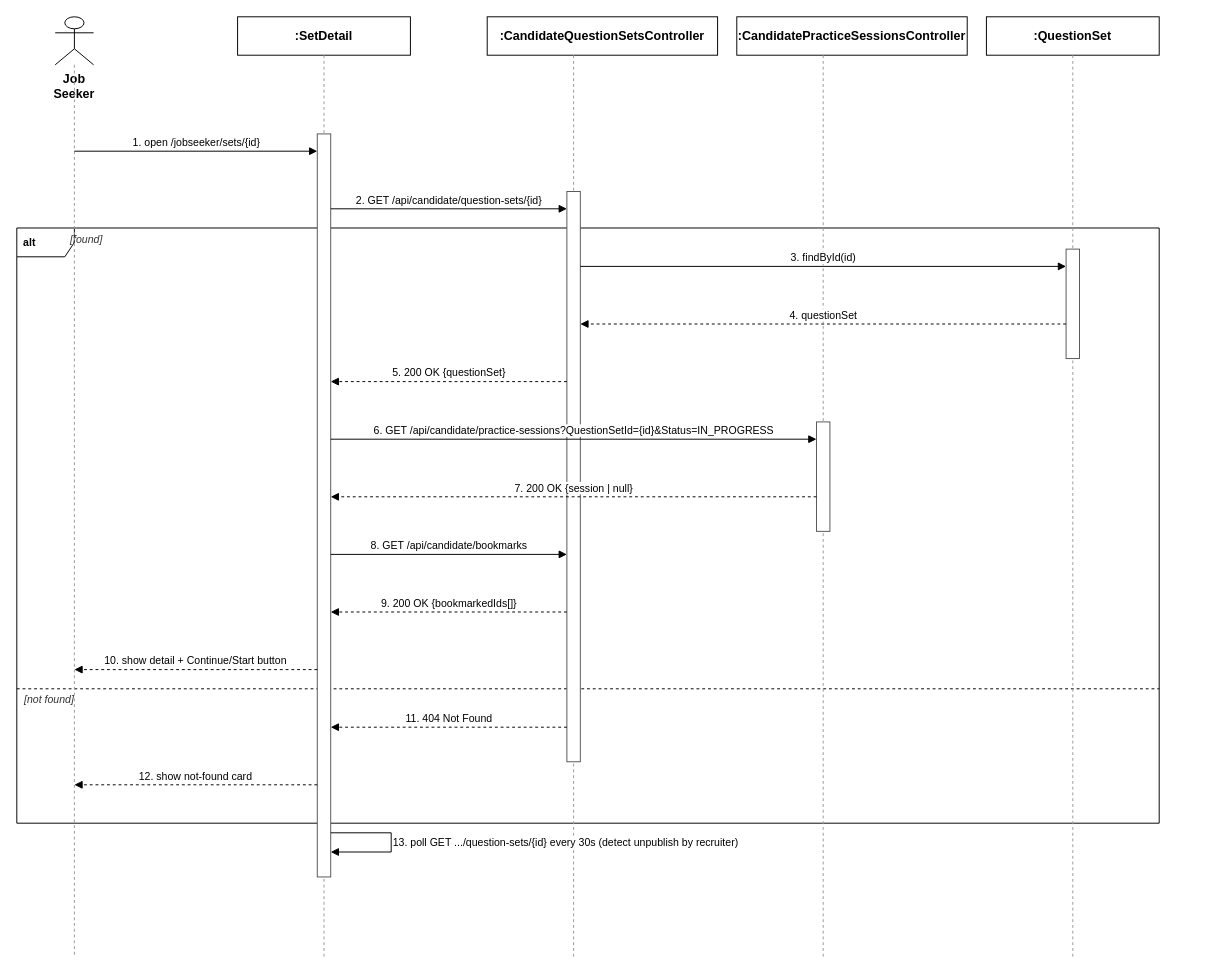
Earlier version of the draw.io diagram docs/qa/Tu_SequenceDiagram/03_View_Question_Set_Detail.drawio (tulklk/AI_Interview_Question_Generation_RAG_LLM_FE). Source tidied: cells renumbered, new cells numbered last; positions are measured from the earlier drawing's top-left corner, leaving out a move shared by most shapes. Both pictures are drawn from the tidied source at 96%, with x=0, y=0 at pixel (16, 16).
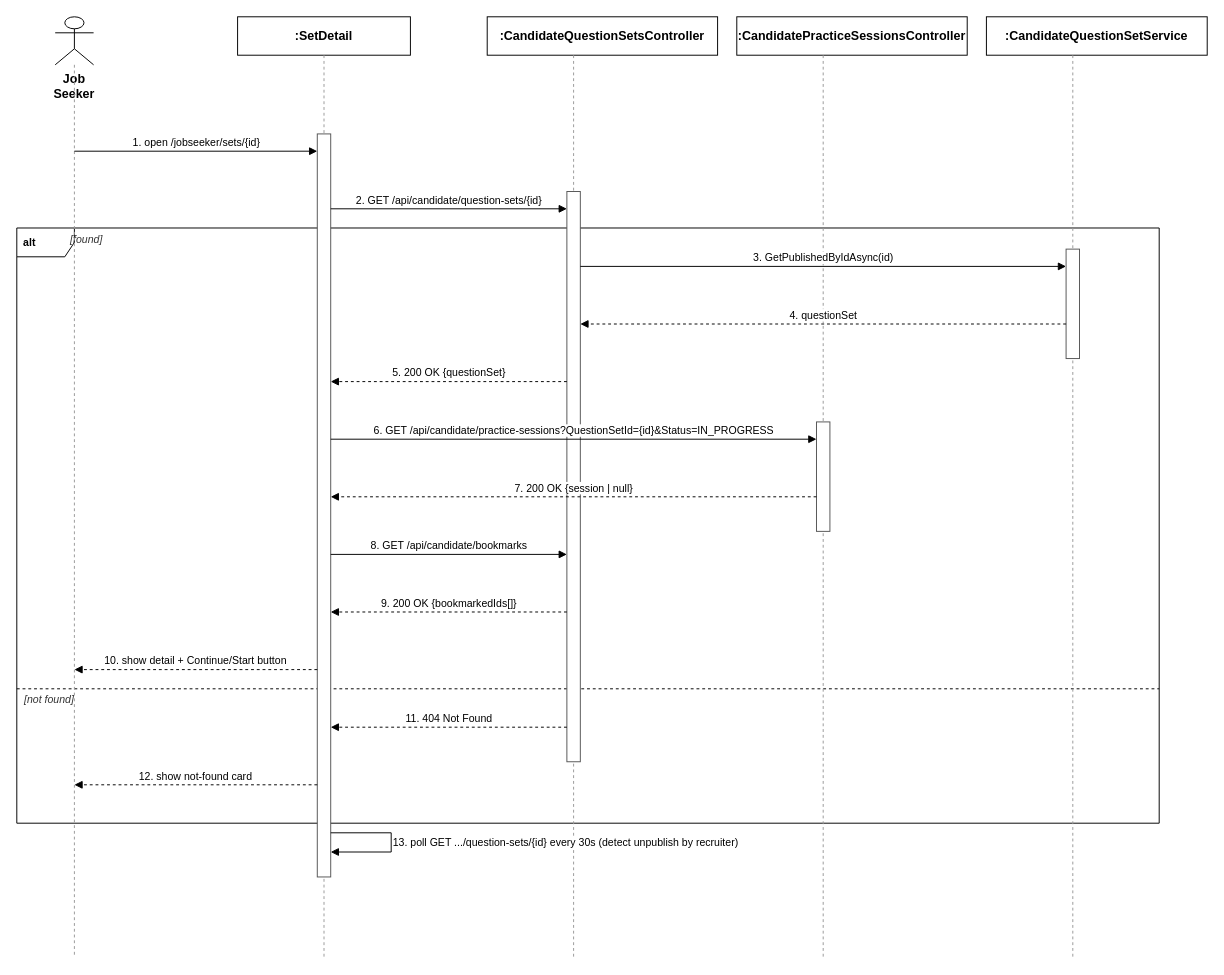
The same diagram, later.

Diff of the diagram source:
```diff
@@
-    <mxCell id="14" value=":QuestionSet" style="rounded=0;whiteSpace=wrap;html=1;fontSize=13;fillColor=#ffffff;strokeColor=#000000;fontStyle=1;" parent="1" vertex="1">
-      <mxGeometry x="1010" width="180" height="40" as="geometry" />
+    <mxCell id="14" value=":CandidateQuestionSetService" style="rounded=0;whiteSpace=wrap;html=1;fontSize=13;fillColor=#ffffff;strokeColor=#000000;fontStyle=1;" parent="1" vertex="1">
+      <mxGeometry x="1010" width="230" height="40" as="geometry" />
     </mxCell>
@@
-    <mxCell id="22" value="3. findById(id)" style="endArrow=block;endFill=1;html=1;fontSize=11;align=center;verticalAlign=bottom;labelBackgroundColor=#ffffff;strokeColor=#000000;" parent="1" edge="1">
+    <mxCell id="22" value="3. GetPublishedByIdAsync(id)" style="endArrow=block;endFill=1;html=1;fontSize=11;align=center;verticalAlign=bottom;labelBackgroundColor=#ffffff;strokeColor=#000000;" parent="1" edge="1">
       <mxGeometry relative="1" as="geometry">
         <mxPoint x="587" y="260" as="sourcePoint" />
         <mxPoint x="1093" y="260" as="targetPoint" />
       </mxGeometry>
     </mxCell>
```
